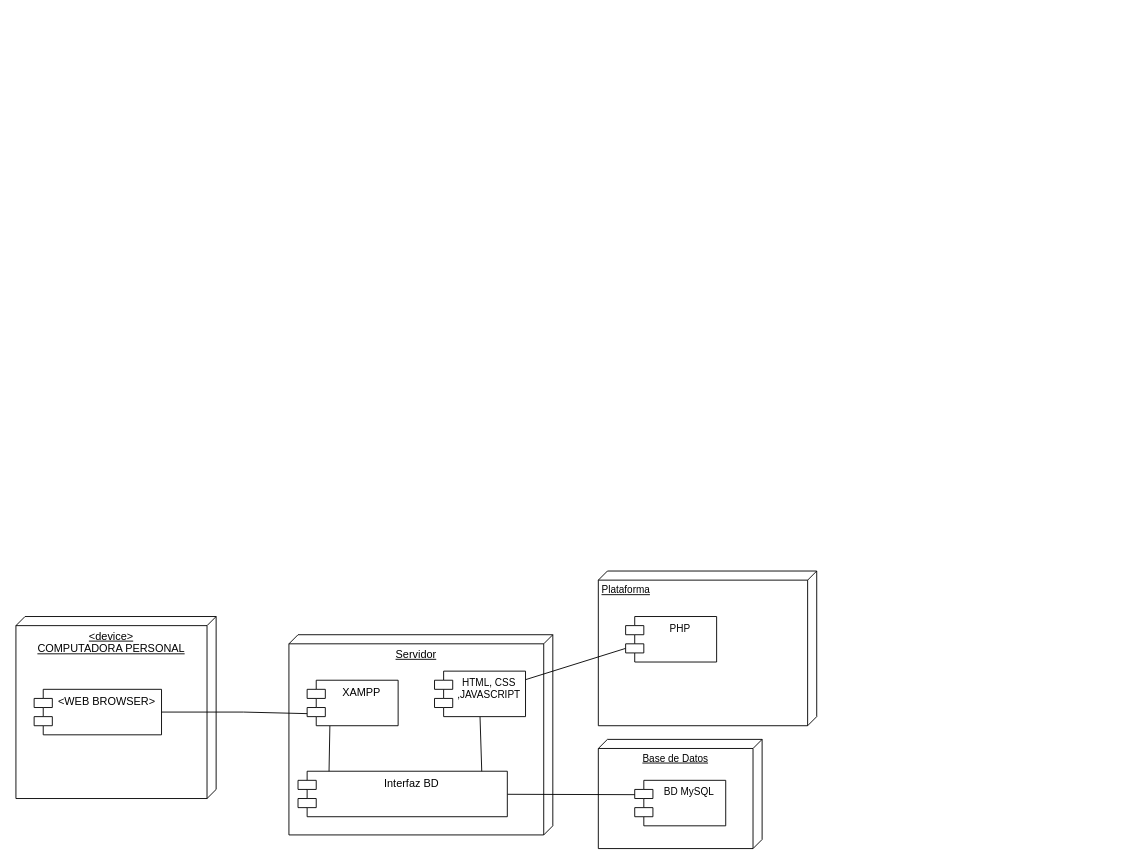
Above: documentacion/Diagrama de despliegue.drawio in Alan-MT/ProyectoTorismo (draw.io), before the change. Source tidied: cells renumbered, new cells numbered last; positions are measured from the earlier drawing's top-left corner, leaving out a move shared by most shapes. Both pictures are drawn from the tidied source at 91%, with x=0, y=0 at pixel (15, 571).
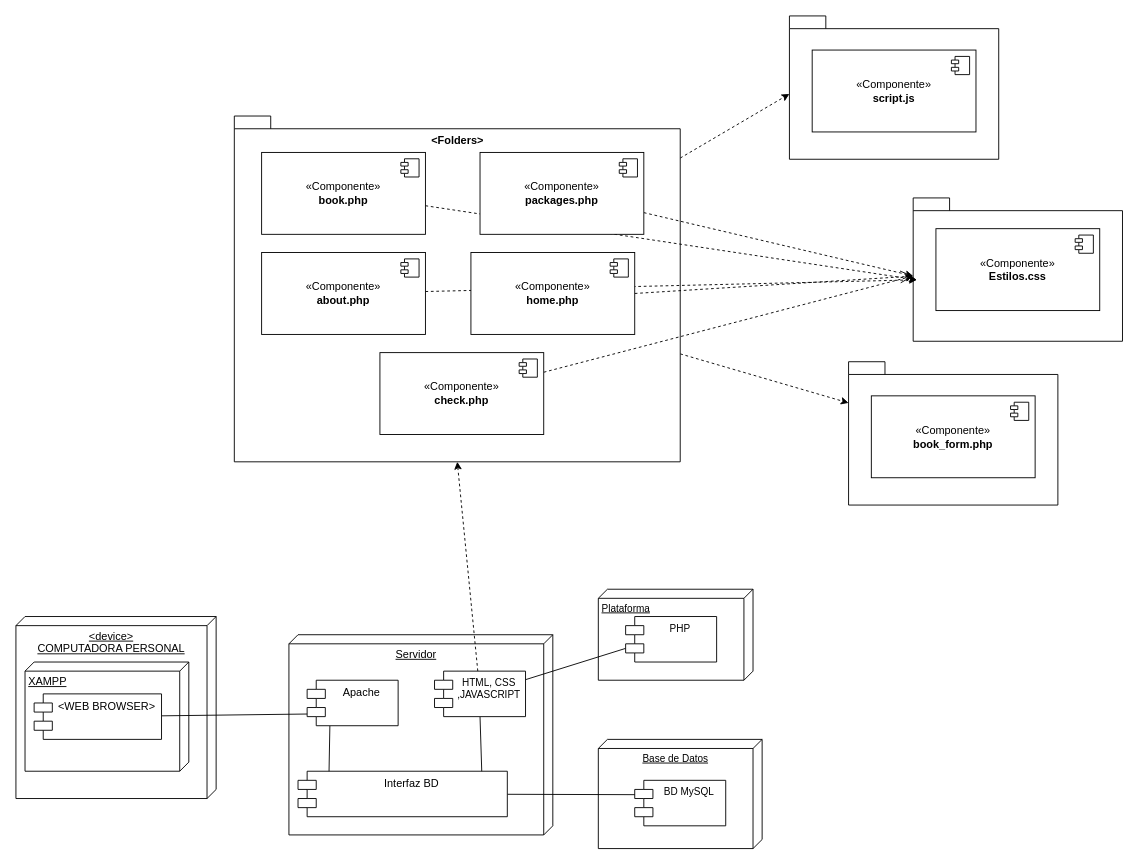
The same diagram, later.

Unchanged cells that the change refers to:
```xml
<mxCell id="15" value="HTML, CSS ,JAVASCRIPT" style="shape=module;align=left;spacingLeft=20;align=center;verticalAlign=top;whiteSpace=wrap;html=1;fontFamily=Helvetica;fontSize=11;fontColor=default;" parent="1" vertex="1">
  <mxGeometry x="460" y="110" width="100" height="50" as="geometry" />
</mxCell>
```

The edit, as a diff of the source:
```diff
@@
+    <mxCell id="17" style="shape=folder;fontStyle=1;spacingTop=10;tabWidth=40;tabHeight=14;tabPosition=left;html=1;whiteSpace=wrap;" parent="1" vertex="1">
+      <mxGeometry x="986" y="-410" width="230" height="157.5" as="geometry" />
+    </mxCell>
+    <mxCell id="4" value="&lt;div style=&quot;&quot;&gt;&lt;span style=&quot;background-color: initial;&quot;&gt;&amp;lt;device&amp;gt;&lt;/span&gt;&lt;/div&gt;&lt;div style=&quot;&quot;&gt;&lt;span style=&quot;background-color: initial;&quot;&gt;COMPUTADORA PERSONAL&lt;/span&gt;&lt;/div&gt;" style="verticalAlign=top;align=center;spacingTop=8;spacingLeft=2;spacingRight=12;shape=cube;size=10;direction=south;fontStyle=4;html=1;whiteSpace=wrap;" parent="1" vertex="1">
+      <mxGeometry y="50" width="220" height="200" as="geometry" />
+    </mxCell>
+    <mxCell id="18" value="XAMPP" style="verticalAlign=top;align=left;spacingTop=8;spacingLeft=2;spacingRight=12;shape=cube;size=10;direction=south;fontStyle=4;html=1;whiteSpace=wrap;" parent="1" vertex="1">
+      <mxGeometry x="10" y="100" width="180" height="120" as="geometry" />
+    </mxCell>
     <mxCell id="2" value="Plataforma" style="verticalAlign=top;align=left;spacingTop=8;spacingLeft=2;spacingRight=12;shape=cube;size=10;direction=south;fontStyle=4;html=1;whiteSpace=wrap;fontFamily=Helvetica;fontSize=11;fontColor=default;" parent="1" vertex="1">
-      <mxGeometry x="640" width="240" height="170" as="geometry" />
+      <mxGeometry x="640" y="20" width="170" height="100" as="geometry" />
     </mxCell>
@@
-    <mxCell id="4" value="&lt;div style=&quot;&quot;&gt;&lt;span style=&quot;background-color: initial;&quot;&gt;&amp;lt;device&amp;gt;&lt;/span&gt;&lt;/div&gt;&lt;div style=&quot;&quot;&gt;&lt;span style=&quot;background-color: initial;&quot;&gt;COMPUTADORA PERSONAL&lt;/span&gt;&lt;/div&gt;" style="verticalAlign=top;align=center;spacingTop=8;spacingLeft=2;spacingRight=12;shape=cube;size=10;direction=south;fontStyle=4;html=1;whiteSpace=wrap;" parent="1" vertex="1">
-      <mxGeometry y="50" width="220" height="200" as="geometry" />
-    </mxCell>
@@
     <mxCell id="6" style="rounded=0;jettySize=auto;html=1;entryX=0.116;entryY=0.74;entryDx=0;entryDy=0;entryPerimeter=0;endArrow=none;endFill=0;" parent="1" edge="1" source="7" target="9">
-      <mxGeometry relative="1" as="geometry">
-        <Array as="points">
-          <mxPoint x="250" y="155" />
-        </Array>
-      </mxGeometry>
+      <mxGeometry relative="1" as="geometry" />
     </mxCell>
     <mxCell id="7" value="&amp;lt;WEB BROWSER&amp;gt;" style="shape=module;align=left;spacingLeft=20;align=center;verticalAlign=top;whiteSpace=wrap;html=1;" parent="1" vertex="1">
-      <mxGeometry x="20" y="130" width="140" height="50" as="geometry" />
+      <mxGeometry x="20" y="135" width="140" height="50" as="geometry" />
     </mxCell>
@@
-    <mxCell id="9" value="XAMPP" style="shape=module;align=left;spacingLeft=20;align=center;verticalAlign=top;whiteSpace=wrap;html=1;" parent="1" vertex="1">
+    <mxCell id="9" value="Apache" style="shape=module;align=left;spacingLeft=20;align=center;verticalAlign=top;whiteSpace=wrap;html=1;" parent="1" vertex="1">
       <mxGeometry x="320" y="120" width="100" height="50" as="geometry" />
     </mxCell>
@@
+    <mxCell id="19" style="edgeStyle=none;shape=connector;rounded=0;jettySize=auto;html=1;entryX=0.5;entryY=1;entryDx=0;entryDy=0;entryPerimeter=0;dashed=1;labelBackgroundColor=default;strokeColor=default;fontFamily=Helvetica;fontSize=11;fontColor=default;endArrow=classic;" parent="1" edge="1" source="15" target="22">
+      <mxGeometry relative="1" as="geometry" />
+    </mxCell>
@@
+    <mxCell id="20" style="rounded=0;jettySize=auto;html=1;entryX=0;entryY=0;entryDx=0;entryDy=85.75;entryPerimeter=0;dashed=1;" parent="1" edge="1" source="22" target="38">
+      <mxGeometry relative="1" as="geometry" />
+    </mxCell>
+    <mxCell id="21" style="edgeStyle=none;shape=connector;rounded=0;jettySize=auto;html=1;dashed=1;labelBackgroundColor=default;strokeColor=default;fontFamily=Helvetica;fontSize=11;fontColor=default;endArrow=classic;" parent="1" edge="1" source="22" target="35">
+      <mxGeometry relative="1" as="geometry" />
+    </mxCell>
+    <mxCell id="22" style="shape=folder;fontStyle=1;spacingTop=10;tabWidth=40;tabHeight=14;tabPosition=left;html=1;whiteSpace=wrap;" parent="1" vertex="1">
+      <mxGeometry x="240" y="-500" width="490" height="380" as="geometry" />
+    </mxCell>
+    <mxCell id="23" style="edgeStyle=none;shape=connector;rounded=0;jettySize=auto;html=1;dashed=1;labelBackgroundColor=default;strokeColor=default;fontFamily=Helvetica;fontSize=11;fontColor=default;endArrow=classic;" parent="1" edge="1" source="24">
+      <mxGeometry relative="1" as="geometry">
+        <mxPoint x="990" y="-320" as="targetPoint" />
+      </mxGeometry>
+    </mxCell>
+    <mxCell id="24" value="«Componente»&lt;br&gt;&lt;b&gt;book.php&lt;/b&gt;" style="html=1;whiteSpace=wrap;" parent="1" vertex="1">
+      <mxGeometry x="270" y="-460" width="180" height="90" as="geometry" />
+    </mxCell>
+    <mxCell id="25" style="shape=module;jettyWidth=8;jettyHeight=4;" parent="24" vertex="1">
+      <mxGeometry x="1" width="20" height="20" relative="1" as="geometry">
+        <mxPoint x="-27" y="7" as="offset" />
+      </mxGeometry>
+    </mxCell>
+    <mxCell id="26" value="«Componente»&lt;br&gt;&lt;b&gt;Estilos.css&lt;/b&gt;" style="html=1;whiteSpace=wrap;" parent="1" vertex="1">
+      <mxGeometry x="1011" y="-376.2" width="180" height="90" as="geometry" />
+    </mxCell>
+    <mxCell id="27" style="shape=module;jettyWidth=8;jettyHeight=4;" parent="26" vertex="1">
+      <mxGeometry x="1" width="20" height="20" relative="1" as="geometry">
+        <mxPoint x="-27" y="7" as="offset" />
+      </mxGeometry>
+    </mxCell>
+    <mxCell id="28" style="edgeStyle=none;shape=connector;rounded=0;jettySize=auto;html=1;dashed=1;labelBackgroundColor=default;strokeColor=default;fontFamily=Helvetica;fontSize=11;fontColor=default;endArrow=classic;" parent="1" edge="1" source="29">
+      <mxGeometry relative="1" as="geometry">
+        <mxPoint x="990" y="-320" as="targetPoint" />
+      </mxGeometry>
+    </mxCell>
+    <mxCell id="29" value="«Componente»&lt;br&gt;&lt;b&gt;about.php&lt;/b&gt;" style="html=1;whiteSpace=wrap;" parent="1" vertex="1">
+      <mxGeometry x="270" y="-350" width="180" height="90" as="geometry" />
+    </mxCell>
+    <mxCell id="30" style="shape=module;jettyWidth=8;jettyHeight=4;" parent="29" vertex="1">
+      <mxGeometry x="1" width="20" height="20" relative="1" as="geometry">
+        <mxPoint x="-27" y="7" as="offset" />
+      </mxGeometry>
+    </mxCell>
+    <mxCell id="31" style="edgeStyle=none;shape=connector;rounded=0;jettySize=auto;html=1;entryX=0;entryY=0;entryDx=0;entryDy=85.75;entryPerimeter=0;dashed=1;labelBackgroundColor=default;strokeColor=default;fontFamily=Helvetica;fontSize=11;fontColor=default;endArrow=classic;" parent="1" edge="1" source="32" target="17">
+      <mxGeometry relative="1" as="geometry" />
+    </mxCell>
+    <mxCell id="32" value="«Componente»&lt;br&gt;&lt;b&gt;check.php&lt;/b&gt;" style="html=1;whiteSpace=wrap;" parent="1" vertex="1">
+      <mxGeometry x="400" y="-240" width="180" height="90" as="geometry" />
+    </mxCell>
+    <mxCell id="33" style="shape=module;jettyWidth=8;jettyHeight=4;" parent="32" vertex="1">
+      <mxGeometry x="1" width="20" height="20" relative="1" as="geometry">
+        <mxPoint x="-27" y="7" as="offset" />
+      </mxGeometry>
+    </mxCell>
+    <mxCell id="34" value="&amp;lt;Folders&amp;gt;" style="text;align=center;fontStyle=1;verticalAlign=middle;spacingLeft=3;spacingRight=3;strokeColor=none;html=1;" parent="1" vertex="1">
+      <mxGeometry x="445" y="-486" width="80" height="26" as="geometry" />
+    </mxCell>
+    <mxCell id="35" style="shape=folder;fontStyle=1;spacingTop=10;tabWidth=40;tabHeight=14;tabPosition=left;html=1;whiteSpace=wrap;" parent="1" vertex="1">
+      <mxGeometry x="915" y="-230" width="230" height="157.5" as="geometry" />
+    </mxCell>
+    <mxCell id="36" value="«Componente»&lt;br&gt;&lt;b&gt;book_form.php&lt;/b&gt;" style="html=1;whiteSpace=wrap;" parent="1" vertex="1">
+      <mxGeometry x="940" y="-192.5" width="180" height="90" as="geometry" />
+    </mxCell>
+    <mxCell id="37" style="shape=module;jettyWidth=8;jettyHeight=4;" parent="36" vertex="1">
+      <mxGeometry x="1" width="20" height="20" relative="1" as="geometry">
+        <mxPoint x="-27" y="7" as="offset" />
+      </mxGeometry>
+    </mxCell>
+    <mxCell id="38" style="shape=folder;fontStyle=1;spacingTop=10;tabWidth=40;tabHeight=14;tabPosition=left;html=1;whiteSpace=wrap;" parent="1" vertex="1">
+      <mxGeometry x="850" y="-610" width="230" height="157.5" as="geometry" />
+    </mxCell>
+    <mxCell id="39" value="«Componente»&lt;br&gt;&lt;b&gt;script.js&lt;/b&gt;" style="html=1;whiteSpace=wrap;" parent="1" vertex="1">
+      <mxGeometry x="875" y="-572.5" width="180" height="90" as="geometry" />
+    </mxCell>
+    <mxCell id="40" style="shape=module;jettyWidth=8;jettyHeight=4;" parent="39" vertex="1">
+      <mxGeometry x="1" width="20" height="20" relative="1" as="geometry">
+        <mxPoint x="-27" y="7" as="offset" />
+      </mxGeometry>
+    </mxCell>
+    <mxCell id="41" style="endArrow=open;endSize=12;dashed=1;html=1;rounded=0;exitX=1;exitY=0.5;exitDx=0;exitDy=0;" parent="1" edge="1" source="45" target="17">
+      <mxGeometry relative="1" as="geometry" />
+    </mxCell>
+    <mxCell id="42" style="edgeStyle=none;shape=connector;rounded=0;jettySize=auto;html=1;dashed=1;labelBackgroundColor=default;strokeColor=default;fontFamily=Helvetica;fontSize=11;fontColor=default;endArrow=classic;entryX=0;entryY=0;entryDx=0;entryDy=85.75;entryPerimeter=0;" parent="1" edge="1" source="43" target="17">
+      <mxGeometry relative="1" as="geometry" />
+    </mxCell>
+    <mxCell id="43" value="«Componente»&lt;br&gt;&lt;b&gt;packages.php&lt;/b&gt;" style="html=1;whiteSpace=wrap;" parent="1" vertex="1">
+      <mxGeometry x="510" y="-460" width="180" height="90" as="geometry" />
+    </mxCell>
+    <mxCell id="44" style="shape=module;jettyWidth=8;jettyHeight=4;" parent="43" vertex="1">
+      <mxGeometry x="1" width="20" height="20" relative="1" as="geometry">
+        <mxPoint x="-27" y="7" as="offset" />
+      </mxGeometry>
+    </mxCell>
+    <mxCell id="45" value="«Componente»&lt;br&gt;&lt;b&gt;home.php&lt;/b&gt;" style="html=1;whiteSpace=wrap;" parent="1" vertex="1">
+      <mxGeometry x="500" y="-350" width="180" height="90" as="geometry" />
+    </mxCell>
+    <mxCell id="46" style="shape=module;jettyWidth=8;jettyHeight=4;" parent="45" vertex="1">
+      <mxGeometry x="1" width="20" height="20" relative="1" as="geometry">
+        <mxPoint x="-27" y="7" as="offset" />
+      </mxGeometry>
+    </mxCell>
```
